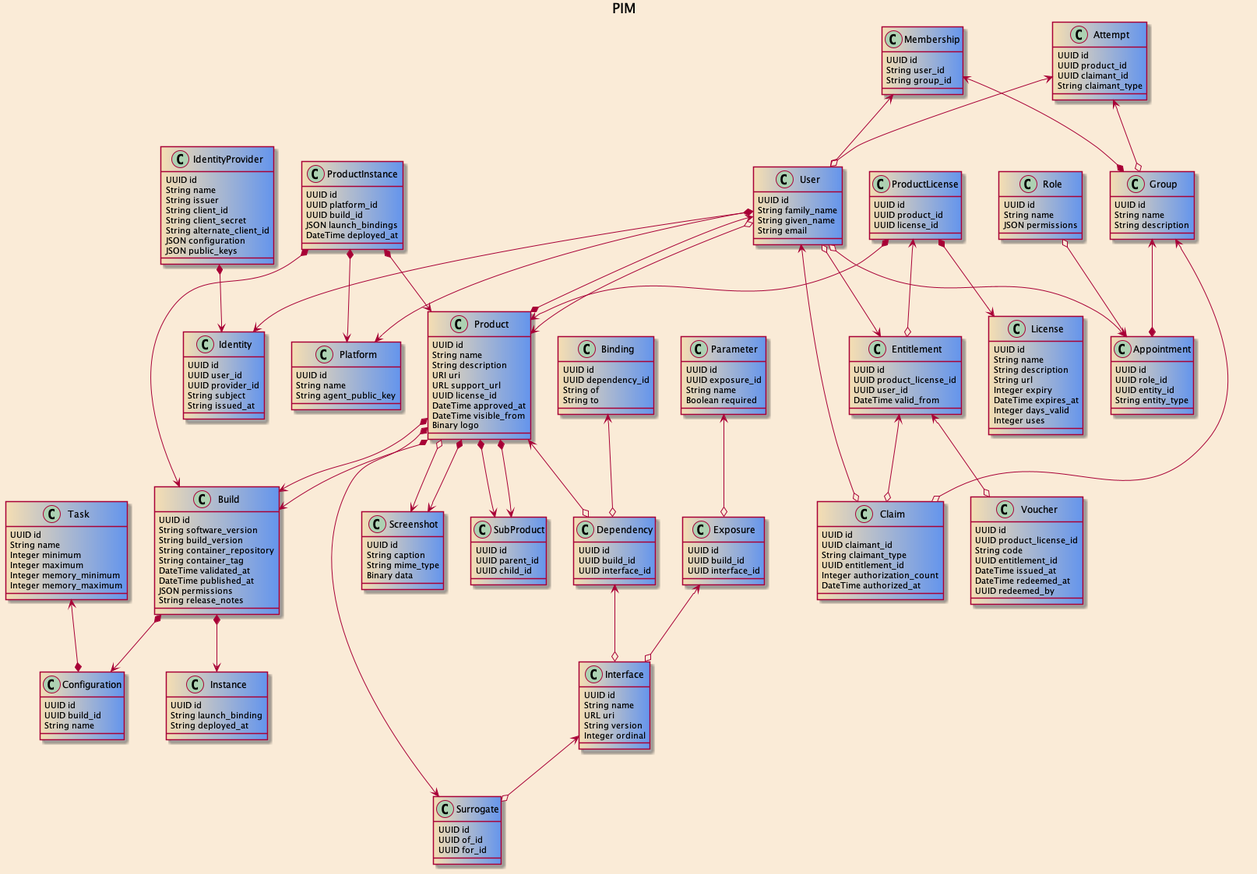
The PlantUML diagram docs/ballots/HL7_HSP_R2_STU2_2022JAN/images/PIM.png in preston/hsp-marketplace-documentation, before a commit. The source it was exported from:
```plantuml
@startuml PIM
skinparam backgroundcolor AntiqueWhite
skinparam classBackgroundColor Wheat|CornflowerBlue

title "PIM"

class Group {
    UUID id
    String name
    String description
}

Group <--* Appointment


class Membership {
    UUID id
    String user_id
    String group_id
}
Membership <--* Group
Membership <--* User

class IdentityProvider {
    UUID id
    String name
    String issuer
    String client_id
    String client_secret
    String alternate_client_id
    JSON configuration
    JSON public_keys
}
IdentityProvider   *-->   Identity

class User {
    UUID id
    String family_name
    String given_name
    String email
}

User *--> Identity
User  <--*  Product
User  *-->  Platform
User  o-->  Product

class Identity{
    UUID id
    UUID user_id
    UUID provider_id
    String subject
    String issued_at

}

class Platform {
    UUID id
    String name
    String agent_public_key
}

Product *--> Build

class ProductInstance {
    UUID id
    UUID platform_id
    UUID build_id
    JSON launch_bindings
    DateTime deployed_at
}
ProductInstance *--> Build
ProductInstance *--> Product
ProductInstance *--> Platform




class Role {
    UUID id
    String name
    JSON permissions
}

class Appointment {
    UUID id
    UUID role_id
    UUID entity_id
    String entity_type
}
Role  o--> Appointment
User  o-->  Appointment
User o--> Entitlement

class License {
    UUID id
    String name
    String description
    String url
    Integer expiry
    DateTime expires_at
    Integer days_valid
    Integer uses
}

class ProductLicense {
    UUID id
    UUID product_id
    UUID license_id
}

ProductLicense *--> Product
ProductLicense *--> License
ProductLicense <--o Entitlement

class Product {
    UUID id
    String name
    String description
    URI uri
    URL support_url
    UUID license_id
    DateTime approved_at
    DateTime visible_from
    Binary logo
}

class SubProduct {
    UUID id
    UUID parent_id
    UUID child_id
}

Product *--> SubProduct
Product *--> SubProduct

Build <--* Product
Surrogate <--* Product

Product o--> Screenshot

class Screenshot{
    UUID id
    String caption
    String mime_type
    Binary data
}
Product *--> Screenshot

class Build {
    UUID id
    String software_version
    String build_version
    String container_repository
    String container_tag
    DateTime validated_at
    DateTime published_at
    JSON permissions
    String release_notes
}

Build *-->  Configuration

class Dependency {
    UUID id
    UUID build_id
    UUID interface_id
}

Product <--o Dependency

class Parameter  {
    UUID id
    UUID exposure_id
    String name
    Boolean required
}
Parameter <--o Exposure

class Configuration  {
    UUID id
    UUID build_id
    String name
}

class Task  {
    UUID id
    String name
    Integer minimum
    Integer maximum
    Integer memory_minimum
    Integer memory_maximum
}
Task <--*  Configuration

class Instance
 {
    UUID id
    String launch_binding
    String deployed_at


}
Build *-->  Instance

class Interface {
    UUID id
    String name
    URL uri
    String version
    Integer ordinal
}
Interface <--o Surrogate
Exposure <--o Interface
Dependency <--o Interface

class Surrogate   {
    UUID id
    UUID of_id
    UUID for_id
}

class Entitlement  {
    UUID id
    UUID product_license_id
    UUID user_id
    DateTime valid_from
}
Entitlement <--o Claim
User <--o Claim
Group <--o Claim

class Claim {
    UUID id
    UUID claimant_id
    String claimant_type
    UUID entitlement_id
    Integer authorization_count
    DateTime authorized_at
}

Entitlement <--o Voucher
class Voucher  {
    UUID id
    UUID product_license_id
    String code
    UUID entitlement_id
    DateTime issued_at
    DateTime redeemed_at
    UUID redeemed_by

}

class Attempt {
    UUID id
    UUID product_id
    UUID claimant_id
    String claimant_type
}
Attempt <--o User
Attempt <--o Group


class Exposure  {
    UUID id
    UUID build_id
    UUID interface_id
}

class Binding  {
    UUID id
    UUID dependency_id
    String of
    String to

}
Binding <--o Dependency

@enduml
```
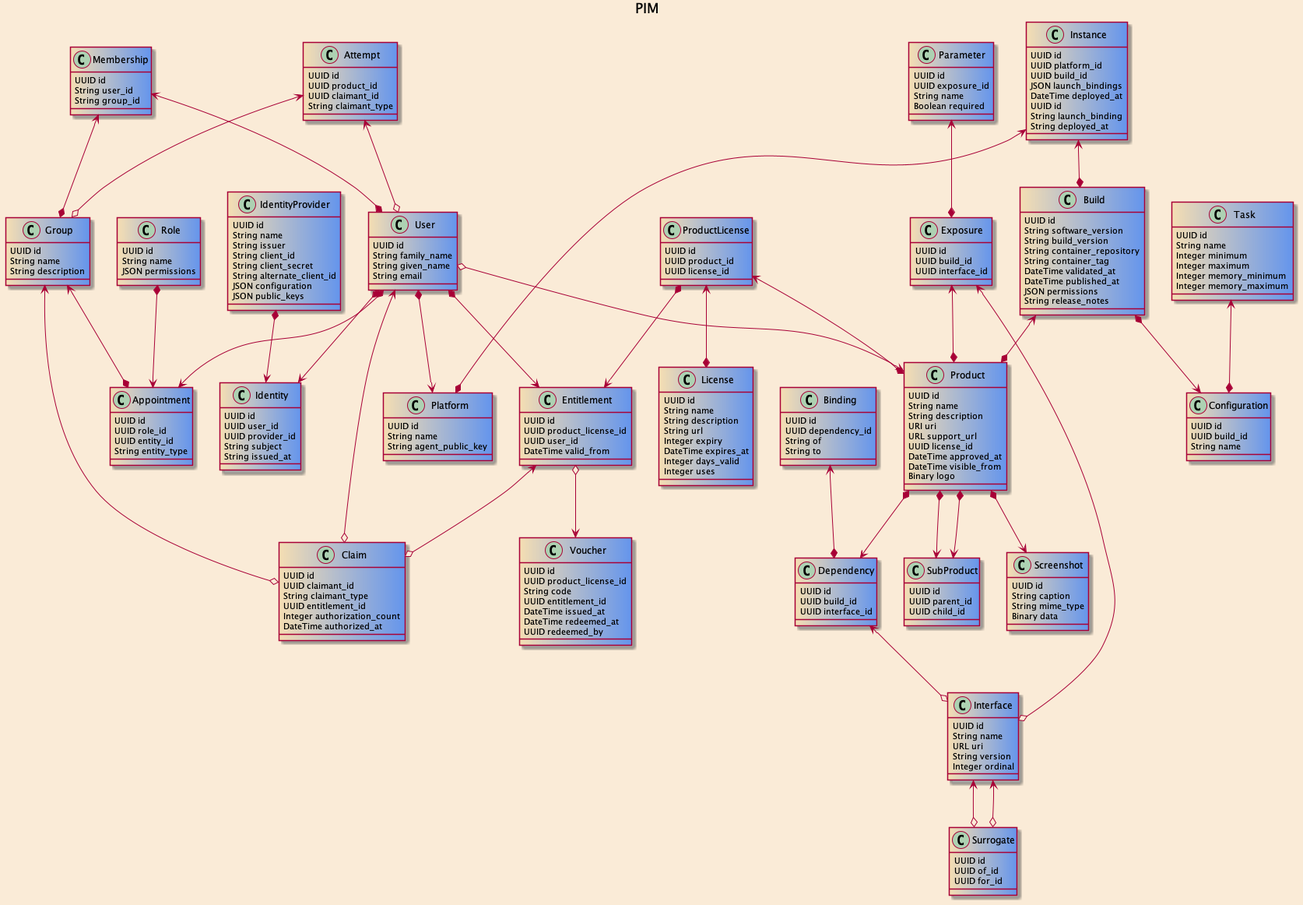
Later version of the same file.

What changed in the source:
```diff
@@ -41,7 +41,6 @@
 }
 
 User *--> Identity
-User  <--*  Product
 User  *-->  Platform
 User  o-->  Product
 
@@ -60,21 +59,15 @@
     String agent_public_key
 }
 
-Product *--> Build
-
-class ProductInstance {
+class Instance {
     UUID id
     UUID platform_id
     UUID build_id
     JSON launch_bindings
     DateTime deployed_at
 }
-ProductInstance *--> Build
-ProductInstance *--> Product
-ProductInstance *--> Platform
-
-
-
+Instance <--* Build
+Instance <--* Platform
 
 class Role {
     UUID id
@@ -88,9 +81,9 @@
     UUID entity_id
     String entity_type
 }
-Role  o--> Appointment
-User  o-->  Appointment
-User o--> Entitlement
+Role  *--> Appointment
+User  *-->  Appointment
+User *--> Entitlement
 
 class License {
     UUID id
@@ -109,9 +102,9 @@
     UUID license_id
 }
 
-ProductLicense *--> Product
-ProductLicense *--> License
-ProductLicense <--o Entitlement
+ProductLicense <--* Product
+ProductLicense <--* License
+ProductLicense *--> Entitlement
 
 class Product {
     UUID id
@@ -135,9 +128,6 @@
 Product *--> SubProduct
 
 Build <--* Product
-Surrogate <--* Product
-
-Product o--> Screenshot
 
 class Screenshot{
     UUID id
@@ -167,7 +157,7 @@
     UUID interface_id
 }
 
-Product <--o Dependency
+Product *--> Dependency
 
 class Parameter  {
     UUID id
@@ -175,7 +165,7 @@
     String name
     Boolean required
 }
-Parameter <--o Exposure
+Parameter <--* Exposure
 
 class Configuration  {
     UUID id
@@ -201,7 +191,6 @@
 
 
 }
-Build *-->  Instance
 
 class Interface {
     UUID id
@@ -211,6 +200,8 @@
     Integer ordinal
 }
 Interface <--o Surrogate
+Interface <--o Surrogate
+Exposure <--* Product
 Exposure <--o Interface
 Dependency <--o Interface
 
@@ -239,7 +230,8 @@
     DateTime authorized_at
 }
 
-Entitlement <--o Voucher
+Entitlement o--> Voucher
+
 class Voucher  {
     UUID id
     UUID product_license_id
@@ -260,7 +252,6 @@
 Attempt <--o User
 Attempt <--o Group
 
-
 class Exposure  {
     UUID id
     UUID build_id
@@ -274,6 +265,6 @@
     String to
 
 }
-Binding <--o Dependency
+Binding <--* Dependency
 
 @enduml
```
